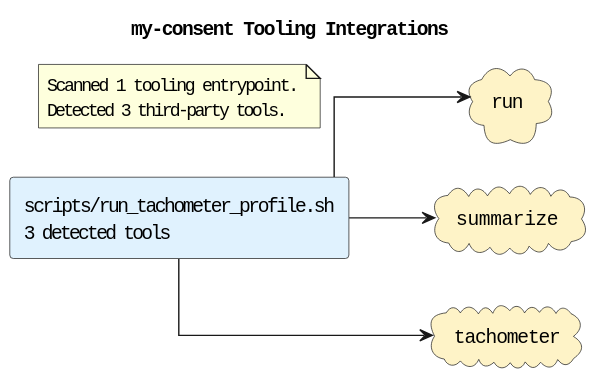
This is docs/diagrams/tooling-integrations.puml.svg from casonk/my-consent, a PlantUML export, as it was before one commit. The source it was exported from:
```plantuml
@startuml
title my-consent Tooling Integrations
left to right direction
skinparam shadowing false
skinparam defaultFontName Monospace
skinparam componentStyle rectangle
skinparam linetype ortho
rectangle "scripts/run_tachometer_profile.sh\n3 detected tools" as source_scripts_run_tachometer_profile_sh #E0F2FE
cloud "run" as tool_run #FEF3C7
cloud "summarize" as tool_summarize #FEF3C7
cloud "tachometer" as tool_tachometer #FEF3C7
source_scripts_run_tachometer_profile_sh --> tool_run
source_scripts_run_tachometer_profile_sh --> tool_summarize
source_scripts_run_tachometer_profile_sh --> tool_tachometer
note as toolingGraphSummary
Scanned 1 tooling entrypoint.
Detected 3 third-party tools.
end note
@enduml
```
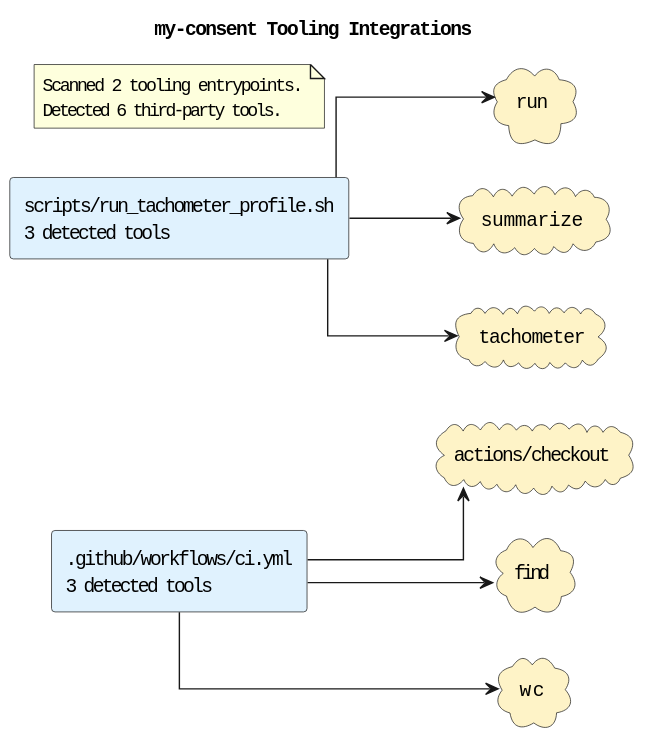
The same diagram one commit later.

Change to the diagram source:
```diff
@@ -5,15 +5,22 @@
 skinparam defaultFontName Monospace
 skinparam componentStyle rectangle
 skinparam linetype ortho
+rectangle ".github/workflows/ci.yml\n3 detected tools" as source_github_workflows_ci_yml #E0F2FE
 rectangle "scripts/run_tachometer_profile.sh\n3 detected tools" as source_scripts_run_tachometer_profile_sh #E0F2FE
+cloud "actions/checkout" as tool_actions_checkout #FEF3C7
+cloud "find" as tool_find #FEF3C7
 cloud "run" as tool_run #FEF3C7
 cloud "summarize" as tool_summarize #FEF3C7
 cloud "tachometer" as tool_tachometer #FEF3C7
+cloud "wc" as tool_wc #FEF3C7
+source_github_workflows_ci_yml --> tool_actions_checkout
+source_github_workflows_ci_yml --> tool_find
+source_github_workflows_ci_yml --> tool_wc
 source_scripts_run_tachometer_profile_sh --> tool_run
 source_scripts_run_tachometer_profile_sh --> tool_summarize
 source_scripts_run_tachometer_profile_sh --> tool_tachometer
 note as toolingGraphSummary
-Scanned 1 tooling entrypoint.
-Detected 3 third-party tools.
+Scanned 2 tooling entrypoints.
+Detected 6 third-party tools.
 end note
 @enduml
```
